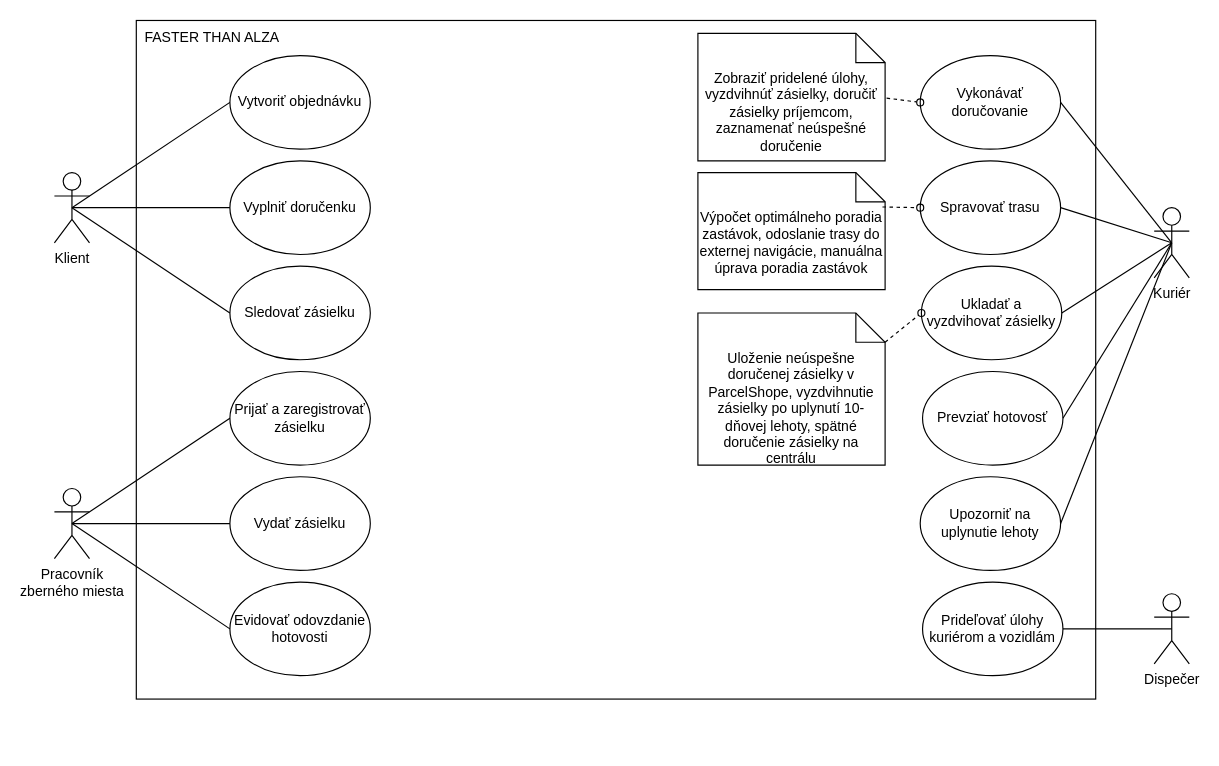
Above: UML/use_case_delivery_app.drawio in Mart1n66/school (draw.io), before the change. Source tidied: cells renumbered, new cells numbered last; positions are measured from the earlier drawing's top-left corner, leaving out a move shared by most shapes. Both pictures are drawn from the tidied source at 117%, with x=0, y=0 at pixel (54, 20).
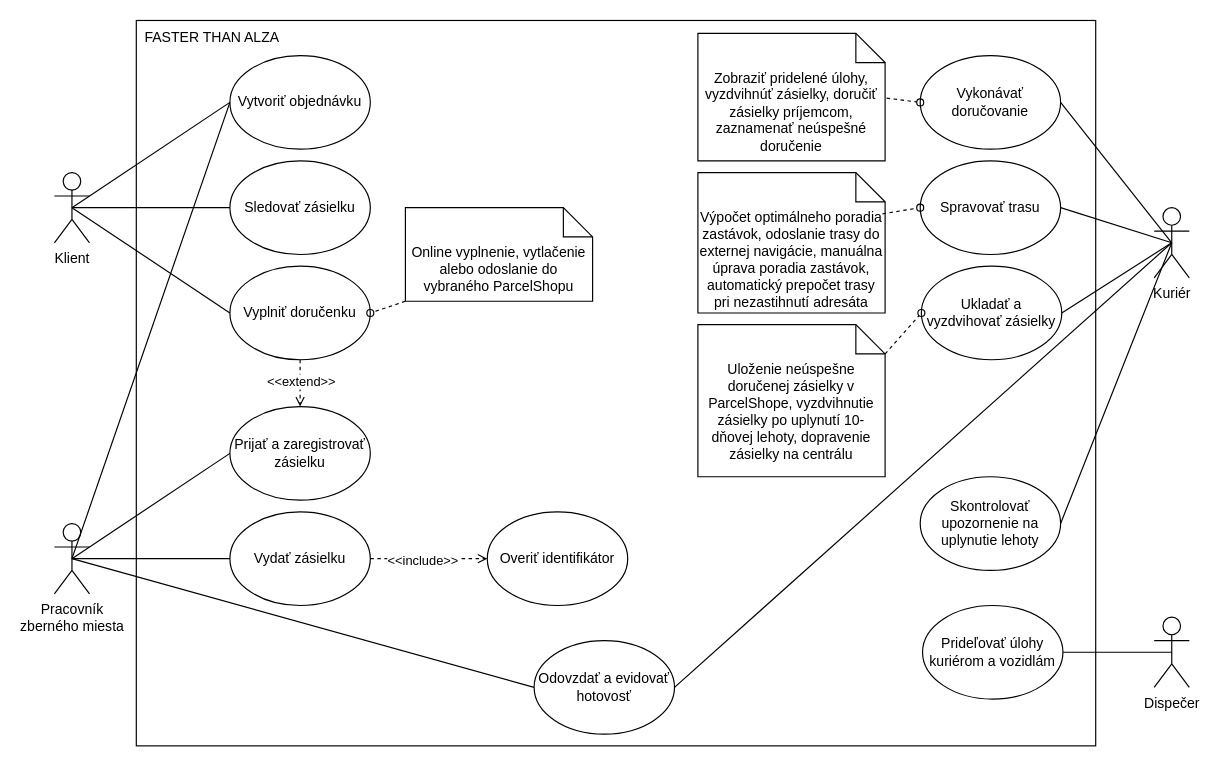
The same diagram, later.

The change refers to these unchanged cells:
```xml
<mxCell id="2" value="Klient" style="shape=umlActor;verticalLabelPosition=bottom;verticalAlign=top;html=1;outlineConnect=0;labelPerimeter=1;" parent="1" vertex="1">
  <mxGeometry y="130" width="30" height="60" as="geometry" />
</mxCell>
<mxCell id="8" value="Vytvoriť objednávku" style="ellipse;whiteSpace=wrap;html=1;shapeInside=1;" parent="1" vertex="1">
  <mxGeometry x="150" y="30" width="120" height="80" as="geometry" />
</mxCell>
```

What changed in the source:
```diff
@@
     <mxCell id="3" value="Pracovník&lt;br&gt;zberného miesta" style="shape=umlActor;verticalLabelPosition=bottom;verticalAlign=top;html=1;outlineConnect=0;labelPerimeter=1;" parent="1" vertex="1">
-      <mxGeometry y="400" width="30" height="60" as="geometry" />
+      <mxGeometry y="430" width="30" height="60" as="geometry" />
     </mxCell>
     <mxCell id="4" style="rounded=0;whiteSpace=wrap;html=1;" parent="1" vertex="1">
-      <mxGeometry x="70" width="820" height="580" as="geometry" />
+      <mxGeometry x="70" width="820" height="620" as="geometry" />
     </mxCell>
@@
     <mxCell id="6" value="Dispečer" style="shape=umlActor;verticalLabelPosition=bottom;verticalAlign=top;html=1;outlineConnect=0;labelPerimeter=1;" parent="1" vertex="1">
-      <mxGeometry x="940" y="490" width="30" height="60" as="geometry" />
+      <mxGeometry x="940" y="510" width="30" height="60" as="geometry" />
     </mxCell>
@@
     <mxCell id="9" value="Vyplniť doručenku" style="ellipse;whiteSpace=wrap;html=1;shapeInside=1;" parent="1" vertex="1">
-      <mxGeometry x="150" y="120" width="120" height="80" as="geometry" />
+      <mxGeometry x="150" y="210" width="120" height="80" as="geometry" />
     </mxCell>
     <mxCell id="10" value="Sledovať zásielku" style="ellipse;whiteSpace=wrap;html=1;shapeInside=1;" parent="1" vertex="1">
-      <mxGeometry x="150" y="210" width="120" height="80" as="geometry" />
+      <mxGeometry x="150" y="120" width="120" height="80" as="geometry" />
     </mxCell>
@@
-    <mxCell id="12" style="endArrow=none;html=1;rounded=0;defaultLabelBackgroundColor=page;exitX=0.5;exitY=0.5;exitDx=0;exitDy=0;exitPerimeter=0;" parent="1" edge="1" source="2">
-      <mxGeometry relative="1" as="geometry">
-        <mxPoint x="150" y="160" as="targetPoint" />
-      </mxGeometry>
+    <mxCell id="12" style="endArrow=none;html=1;rounded=0;defaultLabelBackgroundColor=page;exitX=0.5;exitY=0.5;exitDx=0;exitDy=0;exitPerimeter=0;entryX=0;entryY=0.5;entryDx=0;entryDy=0;" parent="1" edge="1" source="2" target="9">
+      <mxGeometry relative="1" as="geometry" />
     </mxCell>
@@
     <mxCell id="14" value="Vydať zásielku" style="ellipse;whiteSpace=wrap;html=1;shapeInside=1;" parent="1" vertex="1">
-      <mxGeometry x="150" y="390" width="120" height="80" as="geometry" />
+      <mxGeometry x="150" y="420" width="120" height="80" as="geometry" />
     </mxCell>
     <mxCell id="15" value="Prijať a zaregistrovať zásielku" style="ellipse;whiteSpace=wrap;html=1;shapeInside=1;" parent="1" vertex="1">
-      <mxGeometry x="150" y="300" width="120" height="80" as="geometry" />
+      <mxGeometry x="150" y="330" width="120" height="80" as="geometry" />
     </mxCell>
-    <mxCell id="16" value="Evidovať odovzdanie hotovosti" style="ellipse;whiteSpace=wrap;html=1;shapeInside=1;" parent="1" vertex="1">
-      <mxGeometry x="150" y="480" width="120" height="80" as="geometry" />
-    </mxCell>
@@
-    <mxCell id="19" style="endArrow=none;html=1;rounded=0;defaultLabelBackgroundColor=page;entryX=0;entryY=0.5;entryDx=0;entryDy=0;exitX=0.5;exitY=0.5;exitDx=0;exitDy=0;exitPerimeter=0;" parent="1" edge="1" source="3" target="16">
+    <mxCell id="19" style="endArrow=none;html=1;rounded=0;defaultLabelBackgroundColor=page;entryX=0;entryY=0.5;entryDx=0;entryDy=0;exitX=0.5;exitY=0.5;exitDx=0;exitDy=0;exitPerimeter=0;" parent="1" edge="1" source="3" target="23">
       <mxGeometry relative="1" as="geometry" />
     </mxCell>
@@
-    <mxCell id="23" value="Prevziať hotovosť" style="ellipse;whiteSpace=wrap;html=1;shapeInside=1;" parent="1" vertex="1">
-      <mxGeometry x="742" y="300" width="120" height="80" as="geometry" />
+    <mxCell id="23" value="Odovzdať a evidovať hotovosť" style="ellipse;whiteSpace=wrap;html=1;shapeInside=1;" parent="1" vertex="1">
+      <mxGeometry x="410" y="530" width="120" height="80" as="geometry" />
     </mxCell>
     <mxCell id="24" value="Prideľovať úlohy kuriérom a vozidlám" style="ellipse;whiteSpace=wrap;html=1;shapeInside=1;" parent="1" vertex="1">
-      <mxGeometry x="742" y="480" width="120" height="80" as="geometry" />
+      <mxGeometry x="742" y="500" width="120" height="80" as="geometry" />
     </mxCell>
@@
-    <mxCell id="30" value="&lt;div&gt;Výpočet optimálneho poradia zastávok, odoslanie trasy do externej navigácie, manuálna úprava poradia zastávok&lt;/div&gt;" style="shape=note2;boundedLbl=1;whiteSpace=wrap;html=1;size=25;verticalAlign=top;align=center;" parent="1" vertex="1">
-      <mxGeometry x="550" y="130" width="160" height="100" as="geometry" />
+    <mxCell id="30" value="&lt;div&gt;Výpočet optimálneho poradia zastávok, odoslanie trasy do externej navigácie, manuálna úprava poradia zastávok, automatický prepočet trasy pri nezastihnutí adresáta&lt;/div&gt;" style="shape=note2;boundedLbl=1;whiteSpace=wrap;html=1;size=25;verticalAlign=top;align=center;" parent="1" vertex="1">
+      <mxGeometry x="550" y="130" width="160" height="120" as="geometry" />
     </mxCell>
@@
-    <mxCell id="34" value="Upozorniť na uplynutie lehoty" style="ellipse;whiteSpace=wrap;html=1;shapeInside=1;" parent="1" vertex="1">
+    <mxCell id="34" value="Skontrolovať upozornenie na uplynutie lehoty" style="ellipse;whiteSpace=wrap;html=1;shapeInside=1;" parent="1" vertex="1">
       <mxGeometry x="740" y="390" width="120" height="80" as="geometry" />
     </mxCell>
@@
-    <mxCell id="36" value="Uloženie neúspešne doručenej zásielky v ParcelShope, vyzdvihnutie zásielky po uplynutí 10-dňovej lehoty, spätné doručenie zásielky na centrálu" style="shape=note2;boundedLbl=1;whiteSpace=wrap;html=1;size=25;verticalAlign=top;align=center;" parent="1" vertex="1">
-      <mxGeometry x="550" y="250" width="160" height="130" as="geometry" />
+    <mxCell id="36" value="Uloženie neúspešne doručenej zásielky v ParcelShope, vyzdvihnutie zásielky po uplynutí 10-dňovej lehoty, dopravenie zásielky na centrálu" style="shape=note2;boundedLbl=1;whiteSpace=wrap;html=1;size=25;verticalAlign=top;align=center;" parent="1" vertex="1">
+      <mxGeometry x="550" y="260" width="160" height="130" as="geometry" />
     </mxCell>
@@
+    <mxCell id="38" value="Overiť identifikátor" style="ellipse;whiteSpace=wrap;html=1;shapeInside=1;" parent="1" vertex="1">
+      <mxGeometry x="370" y="420" width="120" height="80" as="geometry" />
+    </mxCell>
+    <mxCell id="39" style="endArrow=open;dashed=1;html=1;rounded=0;defaultLabelBackgroundColor=page;exitX=1;exitY=0.5;exitDx=0;exitDy=0;entryX=0;entryY=0.5;entryDx=0;entryDy=0;endFill=0;" parent="1" edge="1" source="14" target="38">
+      <mxGeometry relative="1" as="geometry" />
+    </mxCell>
+    <mxCell id="40" value="&amp;lt;&amp;lt;include&amp;gt;&amp;gt;" style="edgeLabel;html=1;align=center;verticalAlign=middle;inheritText=1;defaultLabelBackgroundColor=page;" parent="39" vertex="1">
+      <mxGeometry x="-0.12" y="-1" relative="1" as="geometry" />
+    </mxCell>
+    <mxCell id="41" style="endArrow=open;dashed=1;html=1;rounded=0;defaultLabelBackgroundColor=page;exitX=0.5;exitY=1;exitDx=0;exitDy=0;entryX=0.5;entryY=0;entryDx=0;entryDy=0;endFill=0;" parent="1" edge="1" source="9" target="15">
+      <mxGeometry relative="1" as="geometry" />
+    </mxCell>
+    <mxCell id="42" value="&amp;lt;&amp;lt;extend&amp;gt;&amp;gt;" style="edgeLabel;html=1;align=center;verticalAlign=middle;inheritText=1;defaultLabelBackgroundColor=page;" parent="41" vertex="1">
+      <mxGeometry x="-0.09" relative="1" as="geometry" />
+    </mxCell>
+    <mxCell id="43" style="endArrow=none;html=1;rounded=0;defaultLabelBackgroundColor=page;entryX=0;entryY=0.5;entryDx=0;entryDy=0;exitX=0.5;exitY=0.5;exitDx=0;exitDy=0;exitPerimeter=0;" parent="1" edge="1" source="3" target="8">
+      <mxGeometry relative="1" as="geometry" />
+    </mxCell>
+    <mxCell id="44" value="Online vyplnenie, vytlačenie alebo odoslanie do vybraného ParcelShopu" style="shape=note2;boundedLbl=1;whiteSpace=wrap;html=1;size=25;verticalAlign=top;align=center;" parent="1" vertex="1">
+      <mxGeometry x="300" y="160" width="160" height="80" as="geometry" />
+    </mxCell>
+    <mxCell id="45" style="endArrow=oval;dashed=1;html=1;rounded=0;defaultLabelBackgroundColor=page;entryX=1;entryY=0.5;entryDx=0;entryDy=0;exitX=0;exitY=1;exitDx=0;exitDy=0;endFill=0;exitPerimeter=0;" parent="1" edge="1" source="44" target="9">
+      <mxGeometry relative="1" as="geometry" />
+    </mxCell>
```
